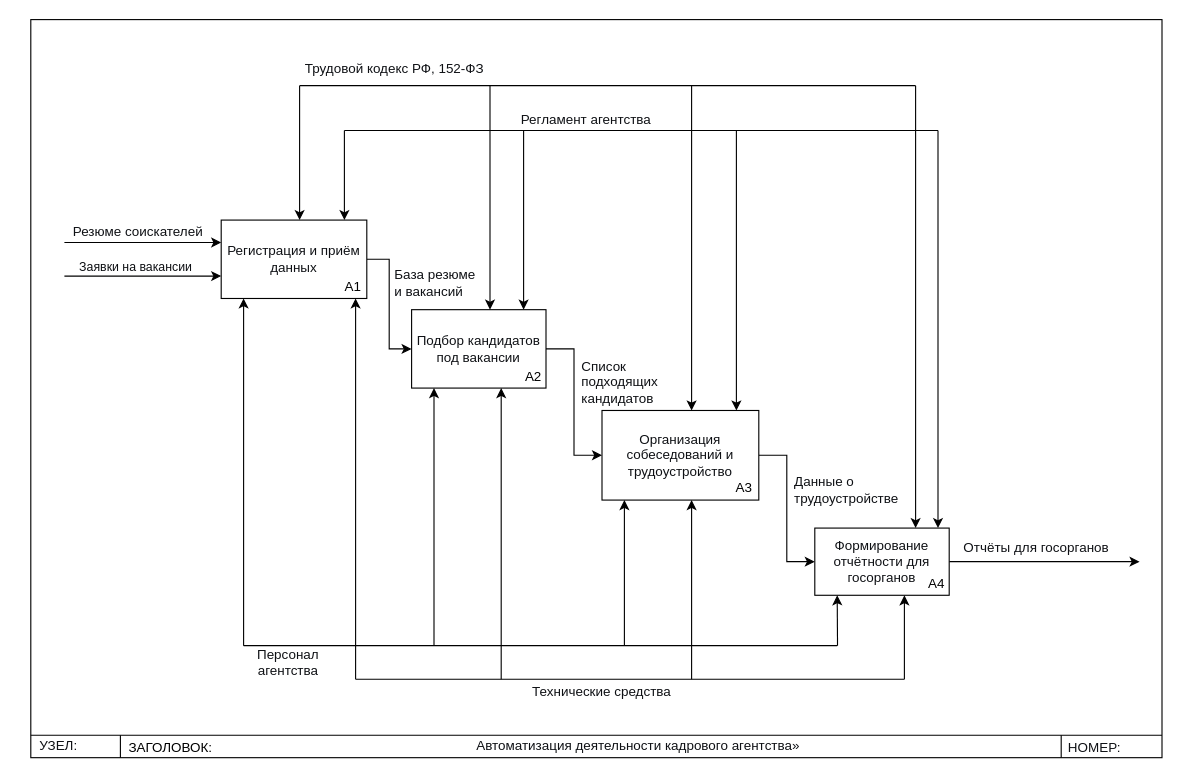
The draw.io diagram page "Страница-2" (2 of 4) of пррр.drawio in Dasha-Angel/work, before the edit. Source tidied: cells renumbered, new cells numbered last; positions are measured from the earlier drawing's top-left corner, leaving out a move shared by most shapes. Both pictures are drawn from the tidied source at 112%, with x=0, y=0 at pixel (19, 19).
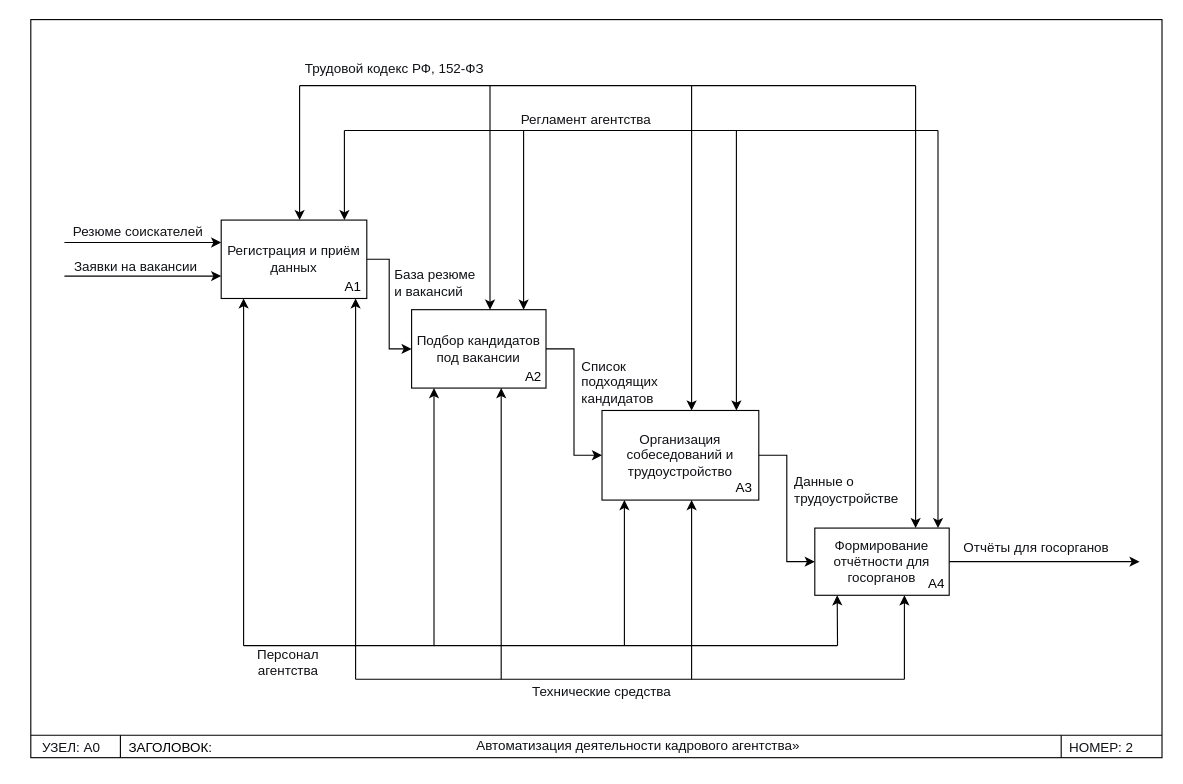
The same diagram, later.

The edit, as a diff of the source:
```diff
@@
-    <mxCell id="3" value="&lt;span style=&quot;color: rgb(15, 17, 21); text-align: start; background-color: rgb(255, 255, 255);&quot;&gt;&lt;span class=&quot;&quot; style=&quot;&quot;&gt;&lt;font face=&quot;Helvetica&quot; style=&quot;&quot;&gt;УЗЕЛ:&lt;/font&gt;&lt;/span&gt;&lt;/span&gt;" style="text;html=1;whiteSpace=wrap;strokeColor=none;fillColor=none;align=center;verticalAlign=middle;rounded=0;" parent="1" vertex="1">
-      <mxGeometry y="634" width="70" height="30" as="geometry" />
+    <mxCell id="3" value="&lt;span style=&quot;color: rgb(15, 17, 21); text-align: start; background-color: rgb(255, 255, 255);&quot;&gt;&lt;span class=&quot;&quot; style=&quot;&quot;&gt;&lt;font face=&quot;Helvetica&quot; style=&quot;&quot;&gt;УЗЕЛ: А0&amp;nbsp;&lt;/font&gt;&lt;/span&gt;&lt;/span&gt;" style="text;html=1;whiteSpace=wrap;strokeColor=none;fillColor=none;align=center;verticalAlign=middle;rounded=0;" parent="1" vertex="1">
+      <mxGeometry x="13" y="635" width="70" height="30" as="geometry" />
     </mxCell>
-    <mxCell id="4" value="&lt;span style=&quot;color: rgb(15, 17, 21); text-align: start; background-color: rgb(255, 255, 255);&quot;&gt;&lt;span class=&quot;&quot; style=&quot;&quot;&gt;&lt;font face=&quot;Helvetica&quot;&gt;НОМЕР:&lt;/font&gt;&lt;/span&gt;&lt;/span&gt;" style="text;html=1;whiteSpace=wrap;strokeColor=none;fillColor=none;align=center;verticalAlign=middle;rounded=0;" parent="1" vertex="1">
-      <mxGeometry x="930" y="635" width="60" height="30" as="geometry" />
+    <mxCell id="4" value="&lt;span style=&quot;color: rgb(15, 17, 21); text-align: start; background-color: rgb(255, 255, 255);&quot;&gt;&lt;span class=&quot;&quot; style=&quot;&quot;&gt;&lt;font face=&quot;Helvetica&quot;&gt;НОМЕР: 2&lt;/font&gt;&lt;/span&gt;&lt;/span&gt;" style="text;html=1;whiteSpace=wrap;strokeColor=none;fillColor=none;align=center;verticalAlign=middle;rounded=0;" parent="1" vertex="1">
+      <mxGeometry x="936" y="635" width="60" height="30" as="geometry" />
     </mxCell>
@@
-    <mxCell id="16" value="&lt;span style=&quot;color: rgb(15, 17, 21); text-align: start; background-color: rgb(255, 255, 255);&quot;&gt;&lt;font face=&quot;Helvetica&quot; style=&quot;font-size: 11px;&quot;&gt;Заявки на вакансии&lt;/font&gt;&lt;/span&gt;" style="text;html=1;whiteSpace=wrap;strokeColor=none;fillColor=none;align=center;verticalAlign=middle;rounded=0;" parent="1" vertex="1">
+    <mxCell id="16" value="&lt;span style=&quot;color: rgb(15, 17, 21); text-align: start; background-color: rgb(255, 255, 255);&quot;&gt;&lt;font face=&quot;Helvetica&quot;&gt;Заявки на вакансии&lt;/font&gt;&lt;/span&gt;" style="text;html=1;whiteSpace=wrap;strokeColor=none;fillColor=none;align=center;verticalAlign=middle;rounded=0;" parent="1" vertex="1">
       <mxGeometry x="44" y="206" width="120" height="30" as="geometry" />
     </mxCell>
```
